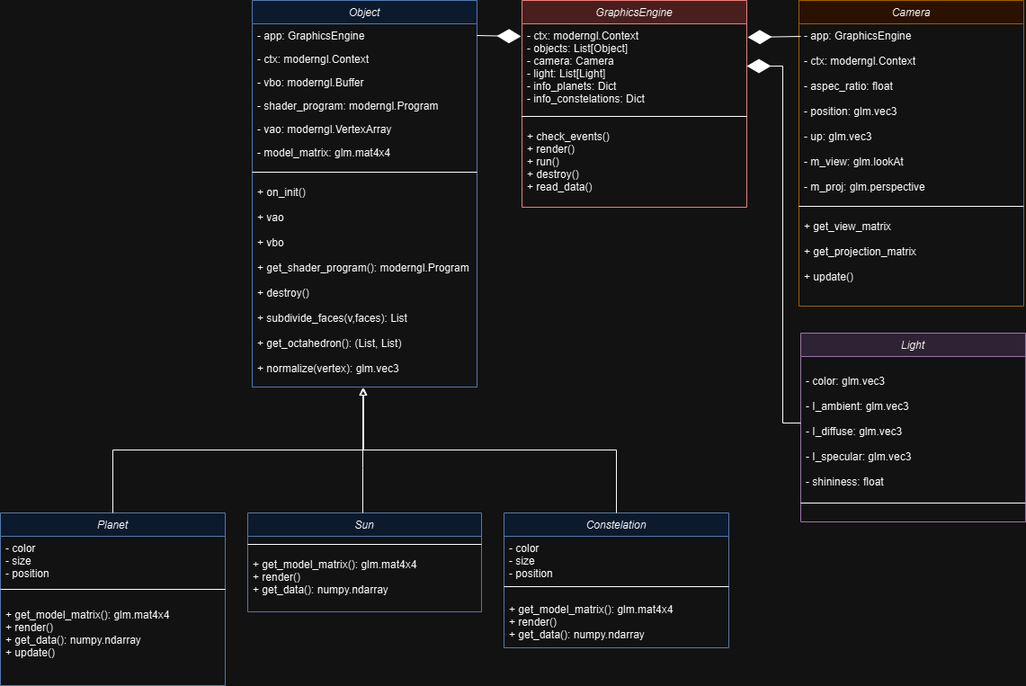
The draw.io diagram disseny/Diagrama de classes.png in guillemgarcia2183/Sistema-Solar, before a commit. Source tidied: cells renumbered, new cells last; positions are measured from the earlier drawing's top-left corner, leaving out a move shared by most shapes.
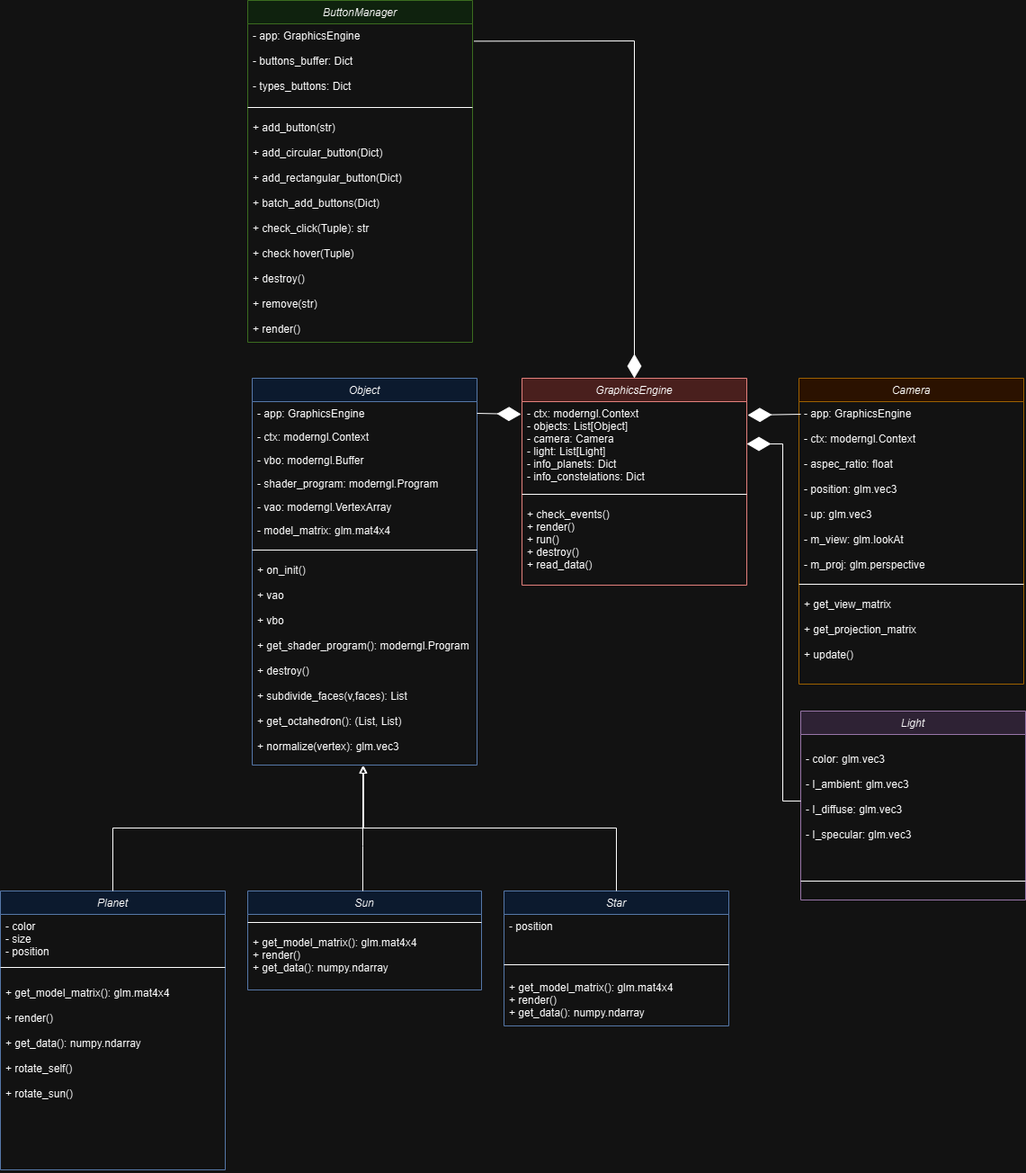
The same file after the commit.

Diff of the diagram source:
```diff
@@ -42,7 +42,7 @@
       <mxGeometry y="238" width="250" height="80" as="geometry" />
     </mxCell>
     <mxCell id="15" value="Planet" style="swimlane;fontStyle=2;align=center;verticalAlign=top;horizontal=1;startSize=26;rounded=0;shadow=0;strokeWidth=1;fillColor=#dae8fc;strokeColor=#6c8ebf;" parent="1" vertex="1">
-      <mxGeometry y="570" width="250" height="192" as="geometry" />
+      <mxGeometry y="570" width="250" height="310" as="geometry" />
     </mxCell>
     <mxCell id="16" value="- color&#10;- size&#10;- position" style="text;align=left;verticalAlign=top;spacingLeft=4;spacingRight=4;overflow=hidden;" parent="15" vertex="1">
       <mxGeometry y="26" width="250" height="44" as="geometry" />
@@ -50,13 +50,13 @@
     <mxCell id="17" style="line;html=1;strokeWidth=1;align=left;verticalAlign=middle;spacingTop=-1;spacingLeft=3;spacingRight=3;labelPosition=right;" parent="15" vertex="1">
       <mxGeometry y="70" width="250" height="30" as="geometry" />
     </mxCell>
-    <mxCell id="18" value="+ get_model_matrix(): glm.mat4x4&#10;+ render()&#10;+ get_data(): numpy.ndarray&#10;+ update()&#10;" style="text;align=left;verticalAlign=top;spacingLeft=4;spacingRight=4;overflow=hidden;" parent="15" vertex="1">
-      <mxGeometry y="100" width="250" height="82" as="geometry" />
+    <mxCell id="18" value="+ get_model_matrix(): glm.mat4x4&#10;&#10;+ render()&#10;&#10;+ get_data(): numpy.ndarray&#10;&#10;+ rotate_self()&#10;&#10;+ rotate_sun()&#10;" style="text;align=left;verticalAlign=top;spacingLeft=4;spacingRight=4;overflow=hidden;" parent="15" vertex="1">
+      <mxGeometry y="100" width="250" height="210" as="geometry" />
     </mxCell>
-    <mxCell id="19" value="Constelation" style="swimlane;fontStyle=2;align=center;verticalAlign=top;horizontal=1;startSize=26;rounded=0;shadow=0;strokeWidth=1;fillColor=#dae8fc;strokeColor=#6c8ebf;" parent="1" vertex="1">
+    <mxCell id="19" value="Star" style="swimlane;fontStyle=2;align=center;verticalAlign=top;horizontal=1;startSize=26;rounded=0;shadow=0;strokeWidth=1;fillColor=#dae8fc;strokeColor=#6c8ebf;" parent="1" vertex="1">
       <mxGeometry x="560" y="570" width="250" height="150" as="geometry" />
     </mxCell>
-    <mxCell id="20" value="- color&#10;- size&#10;- position" style="text;align=left;verticalAlign=top;spacingLeft=4;spacingRight=4;overflow=hidden;" parent="19" vertex="1">
+    <mxCell id="20" value="- position" style="text;align=left;verticalAlign=top;spacingLeft=4;spacingRight=4;overflow=hidden;" parent="19" vertex="1">
       <mxGeometry y="26" width="250" height="44" as="geometry" />
     </mxCell>
     <mxCell id="21" style="line;html=1;strokeWidth=1;align=left;verticalAlign=middle;spacingTop=-1;spacingLeft=3;spacingRight=3;labelPosition=right;" parent="19" vertex="1">
@@ -97,7 +97,7 @@
     <mxCell id="31" value="Light" style="swimlane;fontStyle=2;align=center;verticalAlign=top;horizontal=1;startSize=26;rounded=0;shadow=0;strokeWidth=1;fillColor=#e1d5e7;strokeColor=#9673a6;" parent="1" vertex="1">
       <mxGeometry x="890" y="370" width="250" height="210" as="geometry" />
     </mxCell>
-    <mxCell id="32" value="&#10;- color: glm.vec3&#10;&#10;- I_ambient: glm.vec3 &#10;&#10;- I_diffuse: glm.vec3&#10;&#10;- I_specular: glm.vec3&#10;&#10;- shininess: float" style="text;align=left;verticalAlign=top;spacingLeft=4;spacingRight=4;overflow=hidden;" parent="31" vertex="1">
+    <mxCell id="32" value="&#10;- color: glm.vec3&#10;&#10;- I_ambient: glm.vec3 &#10;&#10;- I_diffuse: glm.vec3&#10;&#10;- I_specular: glm.vec3&#10;&#10;" style="text;align=left;verticalAlign=top;spacingLeft=4;spacingRight=4;overflow=hidden;" parent="31" vertex="1">
       <mxGeometry y="26" width="250" height="154" as="geometry" />
     </mxCell>
     <mxCell id="33" style="line;html=1;strokeWidth=1;align=left;verticalAlign=middle;spacingTop=-1;spacingLeft=3;spacingRight=3;labelPosition=right;" parent="31" vertex="1">
@@ -129,5 +129,24 @@
         </Array>
       </mxGeometry>
     </mxCell>
+    <mxCell id="39" value="ButtonManager" style="swimlane;fontStyle=2;align=center;verticalAlign=top;horizontal=1;startSize=26;rounded=0;shadow=0;strokeWidth=1;fillColor=#d5e8d4;strokeColor=#82b366;" parent="1" vertex="1">
+      <mxGeometry x="275" y="-420" width="250" height="380" as="geometry" />
+    </mxCell>
+    <mxCell id="40" value="- app: GraphicsEngine&#10;&#10;- buttons_buffer: Dict&#10;&#10;- types_buttons: Dict&#10;&#10;" style="text;align=left;verticalAlign=top;spacingLeft=4;spacingRight=4;overflow=hidden;points=[[0,0.5],[1,0.5]];portConstraint=eastwest;" parent="39" vertex="1">
+      <mxGeometry y="26" width="250" height="84" as="geometry" />
+    </mxCell>
+    <mxCell id="41" style="line;html=1;strokeWidth=1;align=left;verticalAlign=middle;spacingTop=-1;spacingLeft=3;spacingRight=3;labelPosition=right;" parent="39" vertex="1">
+      <mxGeometry y="110" width="250" height="18" as="geometry" />
+    </mxCell>
+    <mxCell id="42" value="+ add_button(str)&#10;&#10;+ add_circular_button(Dict)&#10;&#10;+ add_rectangular_button(Dict)&#10;&#10;+ batch_add_buttons(Dict)&#10;&#10;+ check_click(Tuple): str&#10;&#10;+ check hover(Tuple)&#10;&#10;+ destroy()&#10;&#10;+ remove(str)&#10;&#10;+ render()" style="text;align=left;verticalAlign=top;spacingLeft=4;spacingRight=4;overflow=hidden;" parent="39" vertex="1">
+      <mxGeometry y="128" width="250" height="252" as="geometry" />
+    </mxCell>
+    <mxCell id="43" style="endArrow=diamondThin;endFill=1;endSize=24;html=1;rounded=0;exitX=1.007;exitY=0.23;exitDx=0;exitDy=0;entryX=0.5;entryY=0;entryDx=0;entryDy=0;exitPerimeter=0;" parent="1" edge="1" source="40" target="25">
+      <mxGeometry relative="1" as="geometry">
+        <Array as="points">
+          <mxPoint x="705" y="-375" />
+        </Array>
+      </mxGeometry>
+    </mxCell>
   </root>
 </mxGraphModel>
```
